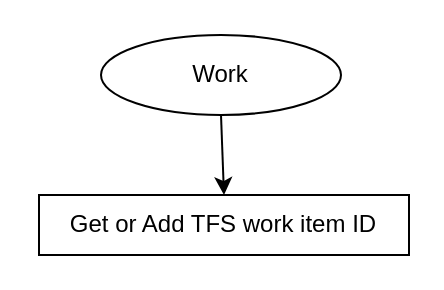
Above: Untitled Diagram.drawio in code-xhyun/draw.io (draw.io), before the change. Source tidied: cells renumbered, new cells numbered last; positions are measured from the earlier drawing's top-left corner, leaving out a move shared by most shapes. Both pictures are drawn from the tidied source at 200%, with x=0, y=0 at pixel (38, 34).
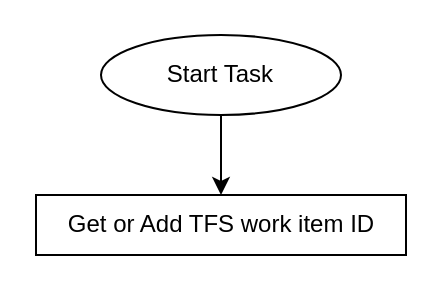
The same page after the edit.

What changed in the source:
```diff
@@
 <mxGraphModel>
   <root>
     <mxCell id="0" />
     <mxCell id="1" parent="0" />
-    <mxCell id="2" value="Work" style="ellipse;whiteSpace=wrap;html=1;" parent="1" vertex="1">
+    <mxCell id="2" value="Start Task" style="ellipse;whiteSpace=wrap;html=1;" parent="1" vertex="1">
       <mxGeometry x="31" width="120" height="40" as="geometry" />
     </mxCell>
     <mxCell id="3" style="endArrow=classic;html=1;exitX=0.5;exitY=1;exitDx=0;exitDy=0;entryX=0.5;entryY=0;entryDx=0;entryDy=0;" parent="1" edge="1" source="2" target="4">
       <mxGeometry relative="1" as="geometry" />
     </mxCell>
     <mxCell id="4" value="Get or Add TFS work item ID" style="rounded=0;whiteSpace=wrap;html=1;" parent="1" vertex="1">
-      <mxGeometry y="80" width="185" height="30" as="geometry" />
+      <mxGeometry x="-1.5" y="80" width="185" height="30" as="geometry" />
     </mxCell>
   </root>
 </mxGraphModel>
```
